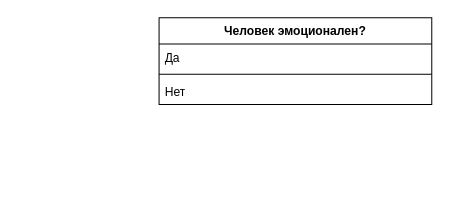
The draw.io diagram If else diagram.drawio in dibovdmitry/Expert-Systems, before the edit. Source tidied: cells renumbered, new cells numbered last; positions are measured from the earlier drawing's top-left corner, leaving out a move shared by most shapes. Both pictures are drawn from the tidied source at 101%, with x=0, y=0 at pixel (159, 17).
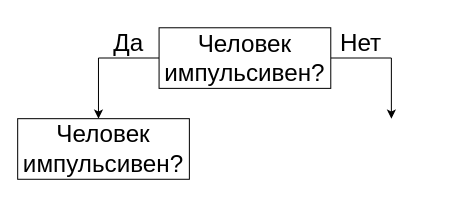
The same page after the edit.

What changed in the source:
```diff
@@
 <mxGraphModel>
   <root>
     <mxCell id="0" />
     <mxCell id="1" parent="0" />
-    <mxCell id="2" value="Человек эмоционален?" style="swimlane;fontStyle=1;align=center;verticalAlign=top;horizontal=1;startSize=26;whiteSpace=wrap;html=1;" parent="1" vertex="1">
-      <mxGeometry width="270" height="86" as="geometry" />
-    </mxCell>
+    <mxCell id="6" style="endArrow=none;html=1;rounded=0;" parent="1" edge="1">
+      <mxGeometry relative="1" as="geometry">
+        <mxPoint x="-60" y="40" as="sourcePoint" />
+        <mxPoint y="40" as="targetPoint" />
+      </mxGeometry>
+    </mxCell>
+    <mxCell id="7" style="endArrow=classic;html=1;rounded=0;" parent="1" edge="1">
+      <mxGeometry relative="1" as="geometry">
+        <mxPoint x="-60" y="40" as="sourcePoint" />
+        <mxPoint x="-60" y="100" as="targetPoint" />
+      </mxGeometry>
+    </mxCell>
+    <mxCell id="8" style="endArrow=none;html=1;rounded=0;" parent="1" edge="1">
+      <mxGeometry relative="1" as="geometry">
+        <mxPoint x="170" y="40" as="sourcePoint" />
+        <mxPoint x="230" y="40" as="targetPoint" />
+      </mxGeometry>
+    </mxCell>
+    <mxCell id="9" style="endArrow=classic;html=1;rounded=0;" parent="1" edge="1">
+      <mxGeometry relative="1" as="geometry">
+        <mxPoint x="230" y="40" as="sourcePoint" />
+        <mxPoint x="230" y="100" as="targetPoint" />
+      </mxGeometry>
+    </mxCell>
+    <mxCell id="10" value="Человек импульсивен?" style="rounded=0;whiteSpace=wrap;html=1;fontSize=24;" parent="1" vertex="1">
+      <mxGeometry y="10" width="170" height="60" as="geometry" />
+    </mxCell>
-    <mxCell id="3" value="Да" style="text;strokeColor=none;fillColor=none;align=left;verticalAlign=top;spacingLeft=4;spacingRight=4;overflow=hidden;whiteSpace=wrap;html=1;" parent="2" vertex="1">
-      <mxGeometry y="26" width="270" height="26" as="geometry" />
+    <mxCell id="3" value="Да" style="text;html=1;align=center;verticalAlign=middle;whiteSpace=wrap;rounded=0;fontSize=24;" parent="1" vertex="1">
+      <mxGeometry x="-60" y="10" width="60" height="30" as="geometry" />
     </mxCell>
-    <mxCell id="4" style="line;strokeWidth=1;fillColor=none;align=left;verticalAlign=middle;spacingTop=-1;spacingLeft=3;spacingRight=3;labelPosition=right;strokeColor=inherit;" parent="2" vertex="1">
-      <mxGeometry y="52" width="270" height="8" as="geometry" />
-    </mxCell>
-    <mxCell id="5" value="Нет" style="text;strokeColor=none;fillColor=none;align=left;verticalAlign=top;spacingLeft=4;spacingRight=4;overflow=hidden;whiteSpace=wrap;html=1;" parent="2" vertex="1">
-      <mxGeometry y="60" width="270" height="26" as="geometry" />
+    <mxCell id="5" value="Нет" style="text;html=1;align=center;verticalAlign=middle;whiteSpace=wrap;rounded=0;fontSize=24;" parent="1" vertex="1">
+      <mxGeometry x="170" y="10" width="60" height="30" as="geometry" />
     </mxCell>
+    <mxCell id="11" value="Человек импульсивен?" style="rounded=0;whiteSpace=wrap;html=1;fontSize=24;" parent="1" vertex="1">
+      <mxGeometry x="-140" y="100" width="170" height="60" as="geometry" />
+    </mxCell>
   </root>
 </mxGraphModel>
```
